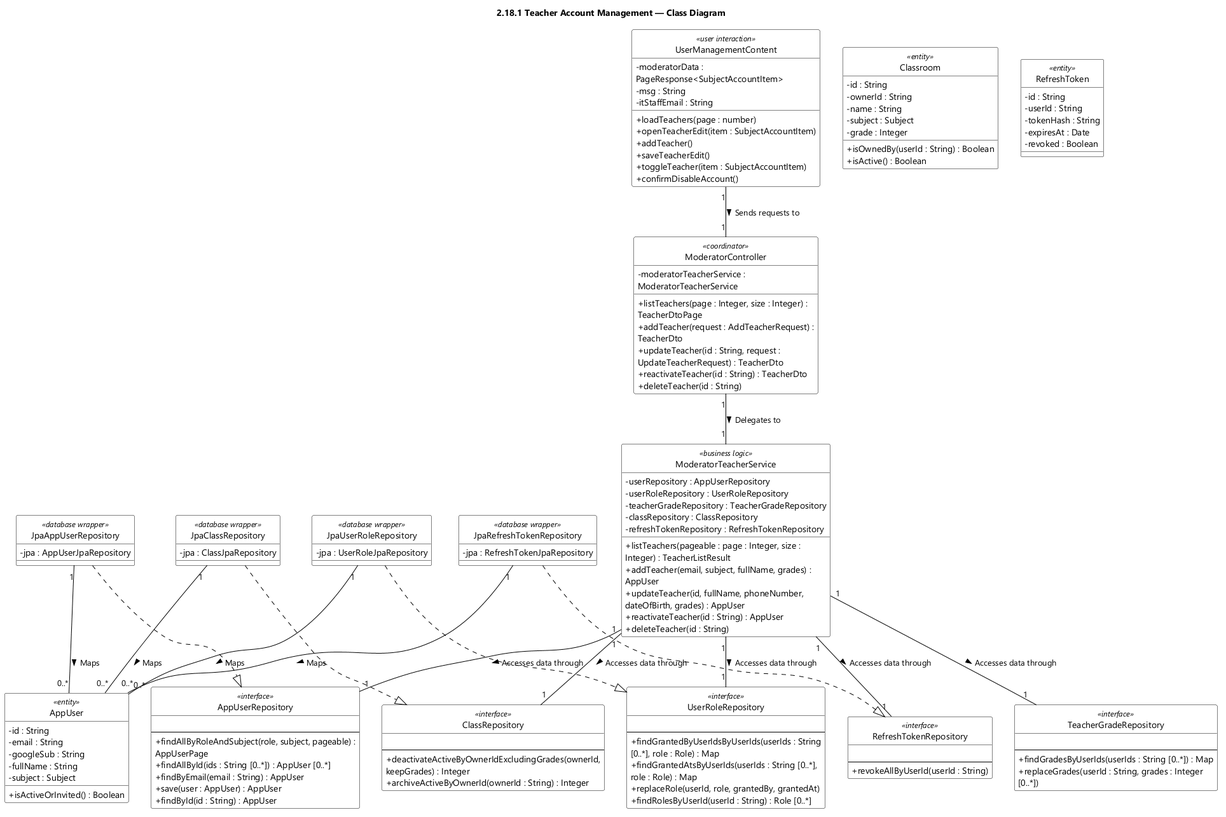
EduA-system/EduA-system keeps this PlantUML diagram as designs/sds-diagrams/feat18/feat18-class-diagram.png. Above is the earlier version.
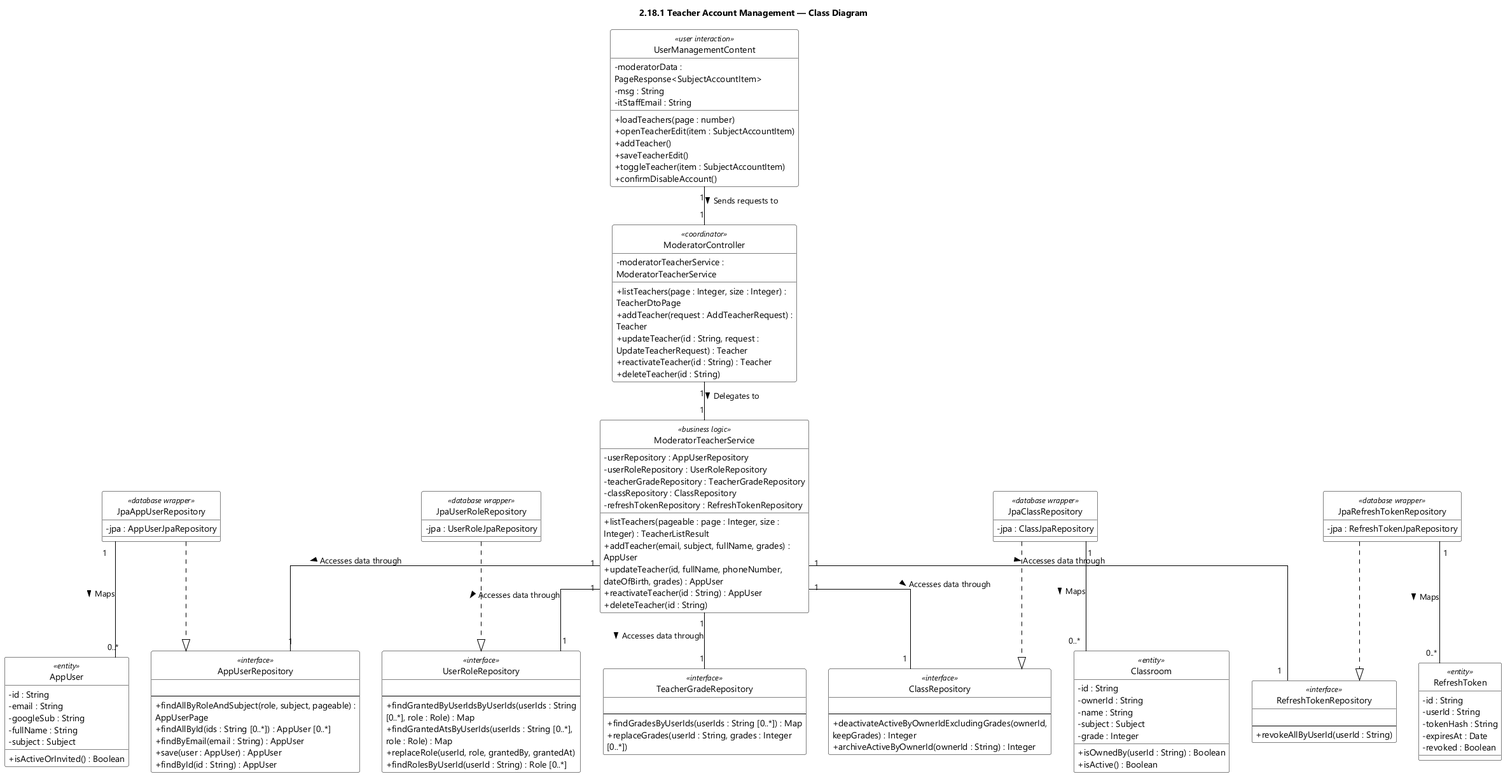
After the commit.

The edit, as a diff of the source:
```diff
@@ -7,6 +7,7 @@
 skinparam classBorderColor #000000
 skinparam ArrowColor #000000
 skinparam classAttributeIconSize 0
+skinparam linetype ortho
 hide circle
 title 2.18.1 Teacher Account Management — Class Diagram
 class UserManagementContent <<user interaction>> {
@@ -24,9 +25,9 @@
 class ModeratorController <<coordinator>> {
   - moderatorTeacherService : ModeratorTeacherService
   + listTeachers(page : Integer, size : Integer) : TeacherDtoPage
-  + addTeacher(request : AddTeacherRequest) : TeacherDto
-  + updateTeacher(id : String, request : UpdateTeacherRequest) : TeacherDto
-  + reactivateTeacher(id : String) : TeacherDto
+  + addTeacher(request : AddTeacherRequest) : Teacher
+  + updateTeacher(id : String, request : UpdateTeacherRequest) : Teacher
+  + reactivateTeacher(id : String) : Teacher
   + deleteTeacher(id : String)
 }
 
@@ -137,8 +138,7 @@
 JpaUserRoleRepository ..|> UserRoleRepository
 JpaClassRepository ..|> ClassRepository
 JpaAppUserRepository "1" -- "0..*" AppUser : Maps >
-JpaUserRoleRepository "1" -- "0..*" AppUser : Maps >
-JpaClassRepository "1" -- "0..*" AppUser : Maps >
-JpaRefreshTokenRepository "1" -- "0..*" AppUser : Maps >
+JpaClassRepository "1" -- "0..*" Classroom : Maps >
+JpaRefreshTokenRepository "1" -- "0..*" RefreshToken : Maps >
 
 @enduml
```
